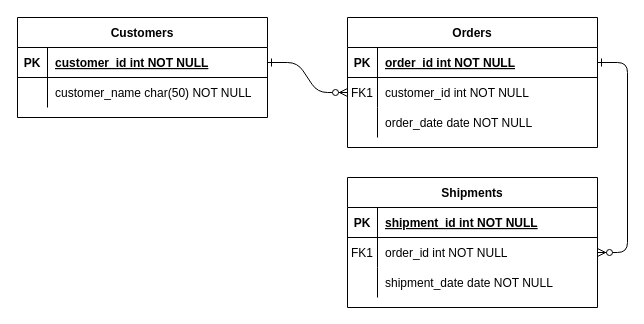
This is phaseOneApiFrench.drawio from jaynie12/apiFrench, a draw.io file, before an edit. Source tidied: cells renumbered, new cells numbered last; positions are measured from the earlier drawing's top-left corner, leaving out a move shared by most shapes. Both pictures are drawn from the tidied source at 100%, with x=0, y=0 at pixel (17, 17).
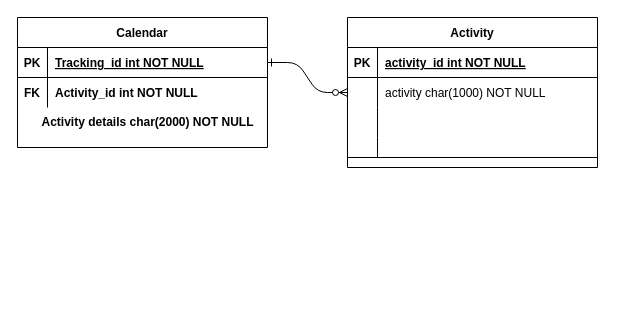
The same diagram, later.

The change refers to these unchanged cells:
```xml
<mxCell id="5" style="shape=partialRectangle;fillColor=none;points=[[0,0.5],[1,0.5]];portConstraint=eastwest;top=0;left=0;right=0;bottom=1;" parent="4" vertex="1">
  <mxGeometry y="30" width="250" height="30" as="geometry" />
</mxCell>
<mxCell id="8" style="shape=partialRectangle;fillColor=none;points=[[0,0.5],[1,0.5]];portConstraint=eastwest;top=0;left=0;right=0;bottom=0;" parent="4" vertex="1">
  <mxGeometry y="60" width="250" height="30" as="geometry" />
</mxCell>
<mxCell id="11" style="shape=partialRectangle;fillColor=none;top=0;left=0;right=0;bottom=0;" parent="4" vertex="1">
  <mxGeometry y="90" width="250" height="30" as="geometry" />
</mxCell>
<mxCell id="25" style="shape=partialRectangle;fillColor=none;points=[[0,0.5],[1,0.5]];portConstraint=eastwest;top=0;left=0;right=0;bottom=1;" parent="24" vertex="1">
  <mxGeometry y="30" width="250" height="30" as="geometry" />
</mxCell>
<mxCell id="28" style="shape=partialRectangle;fillColor=none;top=0;left=0;right=0;bottom=0;" parent="24" vertex="1">
  <mxGeometry y="60" width="250" height="30" as="geometry" />
</mxCell>
```

What changed in the source:
```diff
@@
-    <mxCell id="3" style="edgeStyle=entityRelationEdgeStyle;endArrow=ERzeroToMany;startArrow=ERone;endFill=1;startFill=0;" parent="1" edge="1" source="5" target="18">
-      <mxGeometry relative="1" as="geometry" />
-    </mxCell>
-    <mxCell id="4" value="Orders" style="shape=table;startSize=30;childLayout=tableLayout;rowLines=0;fontStyle=1;align=center;" parent="1" vertex="1">
-      <mxGeometry x="330" width="250" height="130" as="geometry" />
+    <mxCell id="4" value="Activity" style="shape=table;startSize=30;childLayout=tableLayout;rowLines=0;fontStyle=1;align=center;" parent="1" vertex="1">
+      <mxGeometry x="330" width="250" height="150" as="geometry" />
     </mxCell>
@@
-    <mxCell id="7" value="order_id int NOT NULL " style="shape=partialRectangle;overflow=hidden;fillColor=none;top=0;left=0;bottom=0;right=0;align=left;spacingLeft=6;fontStyle=5;" parent="5" vertex="1">
+    <mxCell id="7" value="activity_id int NOT NULL" style="shape=partialRectangle;overflow=hidden;fillColor=none;top=0;left=0;bottom=0;right=0;align=left;spacingLeft=6;fontStyle=5;" parent="5" vertex="1">
       <mxGeometry x="30" width="220" height="30" as="geometry" />
     </mxCell>
@@
-    <mxCell id="9" value="FK1" style="shape=partialRectangle;overflow=hidden;fillColor=none;top=0;left=0;bottom=0;right=0;" parent="8" vertex="1">
+    <mxCell id="9" style="shape=partialRectangle;overflow=hidden;fillColor=none;top=0;left=0;bottom=0;right=0;" parent="8" vertex="1">
       <mxGeometry width="30" height="30" as="geometry" />
     </mxCell>
-    <mxCell id="10" value="customer_id int NOT NULL" style="shape=partialRectangle;overflow=hidden;fillColor=none;top=0;left=0;bottom=0;right=0;align=left;spacingLeft=6;" parent="8" vertex="1">
+    <mxCell id="10" value="activity char(1000) NOT NULL" style="shape=partialRectangle;overflow=hidden;fillColor=none;top=0;left=0;bottom=0;right=0;align=left;spacingLeft=6;" parent="8" vertex="1">
       <mxGeometry x="30" width="220" height="30" as="geometry" />
     </mxCell>
@@
-    <mxCell id="13" value="order_date date NOT NULL" style="shape=partialRectangle;overflow=hidden;fillColor=none;top=0;left=0;bottom=0;right=0;align=left;spacingLeft=6;" parent="11" vertex="1">
+    <mxCell id="13" style="shape=partialRectangle;overflow=hidden;fillColor=none;top=0;left=0;bottom=0;right=0;align=left;spacingLeft=6;" parent="11" vertex="1">
       <mxGeometry x="30" width="220" height="30" as="geometry" />
     </mxCell>
-    <mxCell id="14" value="Shipments" style="shape=table;startSize=30;childLayout=tableLayout;rowLines=0;fontStyle=1;align=center;" parent="1" vertex="1">
-      <mxGeometry x="330" y="160" width="250" height="130" as="geometry" />
-    </mxCell>
-    <mxCell id="15" style="shape=partialRectangle;fillColor=none;top=0;left=0;right=0;bottom=1;" parent="14" vertex="1">
-      <mxGeometry y="30" width="250" height="30" as="geometry" />
-    </mxCell>
-    <mxCell id="16" value="PK" style="shape=partialRectangle;overflow=hidden;fillColor=none;top=0;left=0;bottom=0;right=0;fontStyle=1;" parent="15" vertex="1">
-      <mxGeometry width="30" height="30" as="geometry" />
-    </mxCell>
-    <mxCell id="17" value="shipment_id int NOT NULL " style="shape=partialRectangle;overflow=hidden;fillColor=none;top=0;left=0;bottom=0;right=0;align=left;spacingLeft=6;fontStyle=5;" parent="15" vertex="1">
-      <mxGeometry x="30" width="220" height="30" as="geometry" />
-    </mxCell>
-    <mxCell id="18" style="shape=partialRectangle;fillColor=none;points=[[0,0.5],[1,0.5]];portConstraint=eastwest;top=0;left=0;right=0;bottom=0;" parent="14" vertex="1">
-      <mxGeometry y="60" width="250" height="30" as="geometry" />
-    </mxCell>
-    <mxCell id="19" value="FK1" style="shape=partialRectangle;overflow=hidden;fillColor=none;top=0;left=0;bottom=0;right=0;" parent="18" vertex="1">
-      <mxGeometry width="30" height="30" as="geometry" />
-    </mxCell>
-    <mxCell id="20" value="order_id int NOT NULL" style="shape=partialRectangle;overflow=hidden;fillColor=none;top=0;left=0;bottom=0;right=0;align=left;spacingLeft=6;" parent="18" vertex="1">
-      <mxGeometry x="30" width="220" height="30" as="geometry" />
-    </mxCell>
-    <mxCell id="21" style="shape=partialRectangle;fillColor=none;top=0;left=0;right=0;bottom=0;" parent="14" vertex="1">
-      <mxGeometry y="90" width="250" height="30" as="geometry" />
-    </mxCell>
-    <mxCell id="22" style="shape=partialRectangle;overflow=hidden;fillColor=none;top=0;left=0;bottom=0;right=0;" parent="21" vertex="1">
-      <mxGeometry width="30" height="30" as="geometry" />
-    </mxCell>
-    <mxCell id="23" value="shipment_date date NOT NULL" style="shape=partialRectangle;overflow=hidden;fillColor=none;top=0;left=0;bottom=0;right=0;align=left;spacingLeft=6;" parent="21" vertex="1">
-      <mxGeometry x="30" width="220" height="30" as="geometry" />
-    </mxCell>
+    <mxCell id="31" style="shape=partialRectangle;fillColor=none;top=0;left=0;right=0;bottom=1;" parent="4" vertex="1">
+      <mxGeometry y="120" width="250" height="20" as="geometry" />
+    </mxCell>
+    <mxCell id="32" style="shape=partialRectangle;overflow=hidden;fillColor=none;top=0;left=0;bottom=0;right=0;fontStyle=1;" parent="31" vertex="1">
+      <mxGeometry width="30" height="20" as="geometry" />
+    </mxCell>
+    <mxCell id="33" style="shape=partialRectangle;overflow=hidden;fillColor=none;top=0;left=0;bottom=0;right=0;align=left;spacingLeft=6;fontStyle=5;" parent="31" vertex="1">
+      <mxGeometry x="30" width="220" height="20" as="geometry" />
+    </mxCell>
-    <mxCell id="24" value="Customers" style="shape=table;startSize=30;childLayout=tableLayout;rowLines=0;fontStyle=1;align=center;" parent="1" vertex="1">
-      <mxGeometry width="250" height="100" as="geometry" />
+    <mxCell id="24" value="Calendar" style="shape=table;startSize=30;childLayout=tableLayout;rowLines=0;fontStyle=1;align=center;" parent="1" vertex="1">
+      <mxGeometry width="250" height="130" as="geometry" />
     </mxCell>
@@
-    <mxCell id="27" value="customer_id int NOT NULL " style="shape=partialRectangle;overflow=hidden;fillColor=none;top=0;left=0;bottom=0;right=0;align=left;spacingLeft=6;fontStyle=5;" parent="25" vertex="1">
+    <mxCell id="27" value="Tracking_id int NOT NULL" style="shape=partialRectangle;overflow=hidden;fillColor=none;top=0;left=0;bottom=0;right=0;align=left;spacingLeft=6;fontStyle=5;" parent="25" vertex="1">
       <mxGeometry x="30" width="220" height="30" as="geometry" />
     </mxCell>
@@
-    <mxCell id="29" style="shape=partialRectangle;overflow=hidden;fillColor=none;top=0;left=0;bottom=0;right=0;" parent="28" vertex="1">
+    <mxCell id="29" value="FK" style="shape=partialRectangle;overflow=hidden;fillColor=none;top=0;left=0;bottom=0;right=0;fontStyle=1;" parent="28" vertex="1">
       <mxGeometry width="30" height="30" as="geometry" />
     </mxCell>
-    <mxCell id="30" value="customer_name char(50) NOT NULL" style="shape=partialRectangle;overflow=hidden;fillColor=none;top=0;left=0;bottom=0;right=0;align=left;spacingLeft=6;" parent="28" vertex="1">
+    <mxCell id="30" value="Activity_id int NOT NULL" style="shape=partialRectangle;overflow=hidden;fillColor=none;top=0;left=0;bottom=0;right=0;align=left;spacingLeft=6;fontStyle=1;" parent="28" vertex="1">
       <mxGeometry x="30" width="220" height="30" as="geometry" />
     </mxCell>
+    <mxCell id="34" value="&lt;b&gt;Activity details char(2000) NOT NULL&lt;/b&gt;" style="text;html=1;align=center;verticalAlign=middle;strokeColor=none;fillColor=none;" parent="1" vertex="1">
+      <mxGeometry x="10" y="90" width="240" height="30" as="geometry" />
+    </mxCell>
```
